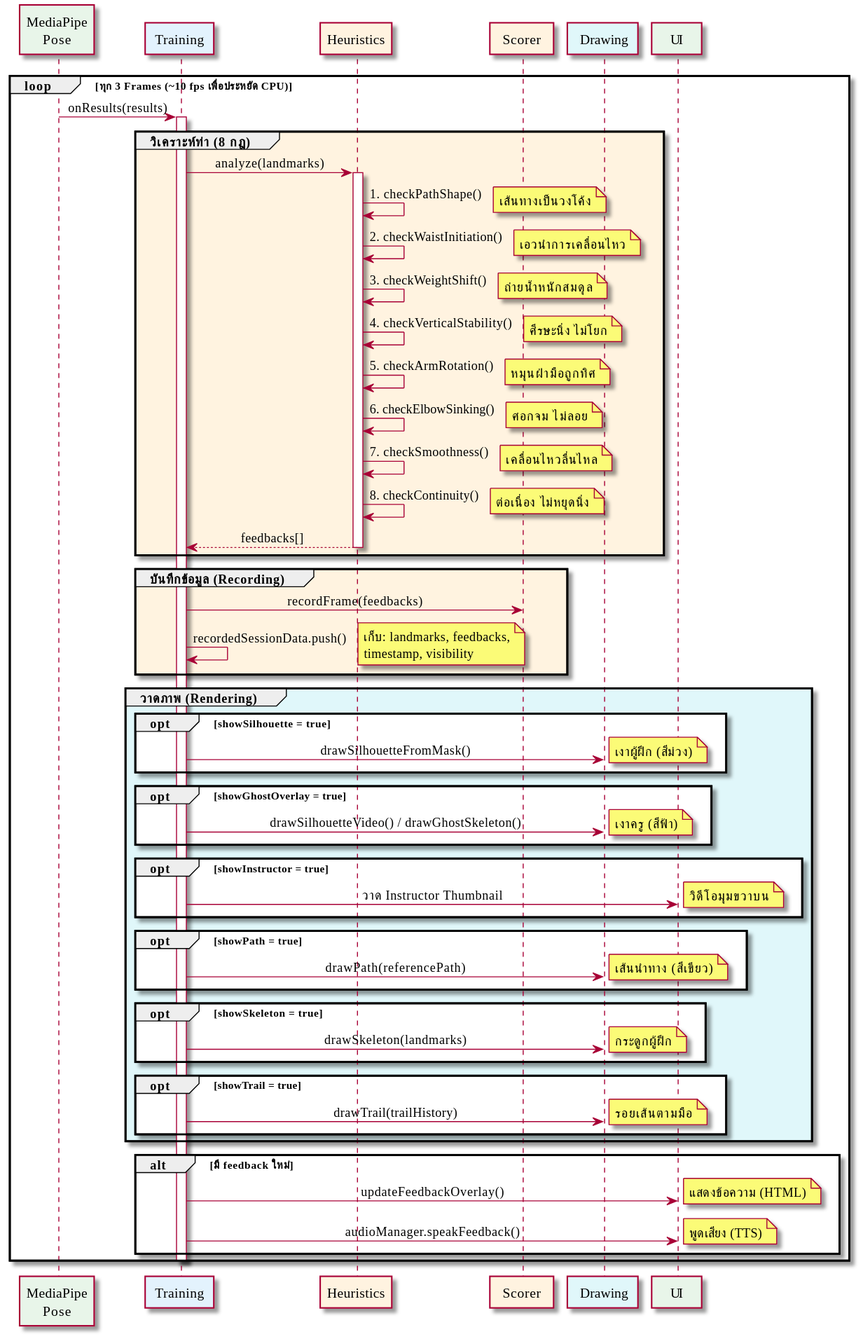
Earlier version of the PlantUML export out/docs/diagrams/SequenceDiagram_RealtimeAnalysis/SequenceDiagram_RealtimeAnalysis.svg (vyut/TaijiFlow). The source it was exported from:
```plantuml
@startuml SequenceDiagram_RealtimeAnalysis

skinparam defaultFontName "Sarabun"
skinparam backgroundColor transparent
skinparam sequenceMessageAlign center

participant "MediaPipe\nPose" as MediaPipe #E8F5E9
participant " Training " as Training #E3F2FD
participant "Heuristics" as Heuristics #FFF3E0
participant "  Scorer  " as Scorer #FFF3E0
participant "  Drawing " as Drawing #E0F7FA
participant "    UI    " as UI #E8F5E9


loop ทุก 3 Frames (~10 fps เพื่อประหยัด CPU)

    MediaPipe -> Training : onResults(results)
    activate Training

    group #FFF3E0 วิเคราะห์ท่า (8 กฎ)
        Training -> Heuristics : analyze(landmarks)
        activate Heuristics

        Heuristics -> Heuristics : 1. checkPathShape()
        note right: เส้นทางเป็นวงโค้ง

        Heuristics -> Heuristics : 2. checkWaistInitiation()
        note right: เอวนำการเคลื่อนไหว

        Heuristics -> Heuristics : 3. checkWeightShift()
        note right: ถ่ายน้ำหนักสมดุล

        Heuristics -> Heuristics : 4. checkVerticalStability()
        note right: ศีรษะนิ่ง ไม่โยก

        Heuristics -> Heuristics : 5. checkArmRotation()
        note right: หมุนฝ่ามือถูกทิศ

        Heuristics -> Heuristics : 6. checkElbowSinking()
        note right: ศอกจม ไม่ลอย

        Heuristics -> Heuristics : 7. checkSmoothness()
        note right: เคลื่อนไหวลื่นไหล

        Heuristics -> Heuristics : 8. checkContinuity()
        note right: ต่อเนื่อง ไม่หยุดนิ่ง

        Heuristics --> Training : feedbacks[]
        deactivate Heuristics
    end

    group #FFF3E0 บันทึกข้อมูล (Recording)
        Training -> Scorer : recordFrame(feedbacks)
        Training -> Training : recordedSessionData.push()
        note right
            เก็บ: landmarks, feedbacks,
            timestamp, visibility
        end note
    end

    group #E0F7FA วาดภาพ (Rendering)
        opt showSilhouette = true
            Training -> Drawing : drawSilhouetteFromMask()
            note right: เงาผู้ฝึก (สีม่วง)
        end

        opt showGhostOverlay = true
            Training -> Drawing : drawSilhouetteVideo() / drawGhostSkeleton()
            note right: เงาครู (สีฟ้า)
        end

        opt showInstructor = true
            Training -> UI : วาด Instructor Thumbnail
            note right: วิดีโอมุมขวาบน
        end

        opt showPath = true
            Training -> Drawing : drawPath(referencePath)
            note right: เส้นนำทาง (สีเขียว)
        end

        opt showSkeleton = true
            Training -> Drawing : drawSkeleton(landmarks)
            note right: กระดูกผู้ฝึก
        end

        opt showTrail = true
            Training -> Drawing : drawTrail(trailHistory)
            note right: รอยเส้นตามมือ
        end
    end

    alt มี feedback ใหม่
        Training -> UI : updateFeedbackOverlay()
        note right: แสดงข้อความ (HTML)
        Training -> UI : audioManager.speakFeedback()
        note right: พูดเสียง (TTS)
    end

    deactivate Training
end

@enduml
```
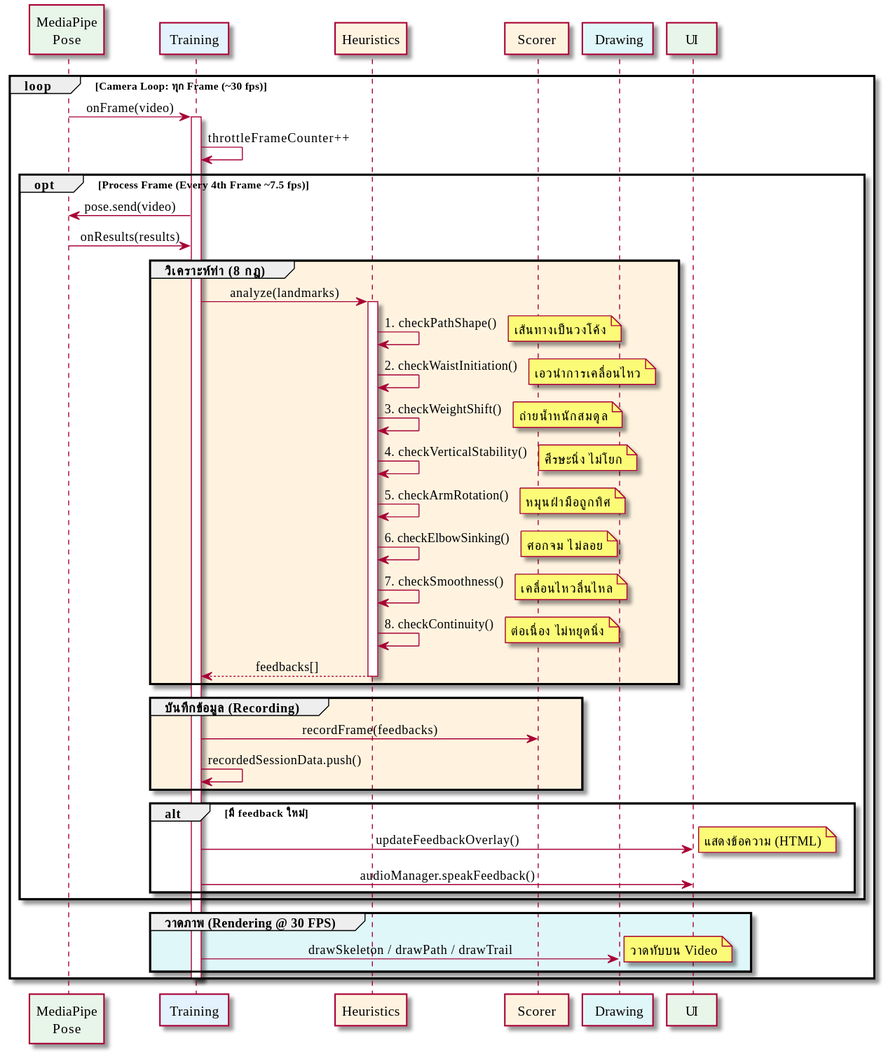
Above is the later version.

Diff of the diagram source:
```diff
@@ -12,89 +12,63 @@
 participant "    UI    " as UI #E8F5E9
 
 
-loop ทุก 3 Frames (~10 fps เพื่อประหยัด CPU)
-
-    MediaPipe -> Training : onResults(results)
+loop Camera Loop: ทุก Frame (~30 fps)
+    MediaPipe -> Training : onFrame(video)
     activate Training
 
-    group #FFF3E0 วิเคราะห์ท่า (8 กฎ)
-        Training -> Heuristics : analyze(landmarks)
-        activate Heuristics
+    Training -> Training : throttleFrameCounter++
 
-        Heuristics -> Heuristics : 1. checkPathShape()
-        note right: เส้นทางเป็นวงโค้ง
+    opt Process Frame (Every 4th Frame ~7.5 fps)
+        Training -> MediaPipe : pose.send(video)
+        MediaPipe -> Training : onResults(results)
 
-        Heuristics -> Heuristics : 2. checkWaistInitiation()
-        note right: เอวนำการเคลื่อนไหว
+        group #FFF3E0 วิเคราะห์ท่า (8 กฎ)
+            Training -> Heuristics : analyze(landmarks)
+            activate Heuristics
 
-        Heuristics -> Heuristics : 3. checkWeightShift()
-        note right: ถ่ายน้ำหนักสมดุล
+            Heuristics -> Heuristics : 1. checkPathShape()
+            note right: เส้นทางเป็นวงโค้ง
 
-        Heuristics -> Heuristics : 4. checkVerticalStability()
-        note right: ศีรษะนิ่ง ไม่โยก
+            Heuristics -> Heuristics : 2. checkWaistInitiation()
+            note right: เอวนำการเคลื่อนไหว
 
-        Heuristics -> Heuristics : 5. checkArmRotation()
-        note right: หมุนฝ่ามือถูกทิศ
+            Heuristics -> Heuristics : 3. checkWeightShift()
+            note right: ถ่ายน้ำหนักสมดุล
 
-        Heuristics -> Heuristics : 6. checkElbowSinking()
-        note right: ศอกจม ไม่ลอย
+            Heuristics -> Heuristics : 4. checkVerticalStability()
+            note right: ศีรษะนิ่ง ไม่โยก
 
-        Heuristics -> Heuristics : 7. checkSmoothness()
-        note right: เคลื่อนไหวลื่นไหล
+            Heuristics -> Heuristics : 5. checkArmRotation()
+            note right: หมุนฝ่ามือถูกทิศ
 
-        Heuristics -> Heuristics : 8. checkContinuity()
-        note right: ต่อเนื่อง ไม่หยุดนิ่ง
+            Heuristics -> Heuristics : 6. checkElbowSinking()
+            note right: ศอกจม ไม่ลอย
 
-        Heuristics --> Training : feedbacks[]
-        deactivate Heuristics
-    end
+            Heuristics -> Heuristics : 7. checkSmoothness()
+            note right: เคลื่อนไหวลื่นไหล
 
-    group #FFF3E0 บันทึกข้อมูล (Recording)
-        Training -> Scorer : recordFrame(feedbacks)
-        Training -> Training : recordedSessionData.push()
-        note right
-            เก็บ: landmarks, feedbacks,
-            timestamp, visibility
-        end note
-    end
+            Heuristics -> Heuristics : 8. checkContinuity()
+            note right: ต่อเนื่อง ไม่หยุดนิ่ง
 
-    group #E0F7FA วาดภาพ (Rendering)
-        opt showSilhouette = true
-            Training -> Drawing : drawSilhouetteFromMask()
-            note right: เงาผู้ฝึก (สีม่วง)
+            Heuristics --> Training : feedbacks[]
+            deactivate Heuristics
         end
 
-        opt showGhostOverlay = true
-            Training -> Drawing : drawSilhouetteVideo() / drawGhostSkeleton()
-            note right: เงาครู (สีฟ้า)
+        group #FFF3E0 บันทึกข้อมูล (Recording)
+            Training -> Scorer : recordFrame(feedbacks)
+            Training -> Training : recordedSessionData.push()
         end
 
-        opt showInstructor = true
-            Training -> UI : วาด Instructor Thumbnail
-            note right: วิดีโอมุมขวาบน
-        end
-
-        opt showPath = true
-            Training -> Drawing : drawPath(referencePath)
-            note right: เส้นนำทาง (สีเขียว)
-        end
-
-        opt showSkeleton = true
-            Training -> Drawing : drawSkeleton(landmarks)
-            note right: กระดูกผู้ฝึก
-        end
-
-        opt showTrail = true
-            Training -> Drawing : drawTrail(trailHistory)
-            note right: รอยเส้นตามมือ
+        alt มี feedback ใหม่
+            Training -> UI : updateFeedbackOverlay()
+            note right: แสดงข้อความ (HTML)
+            Training -> UI : audioManager.speakFeedback()
         end
     end
 
-    alt มี feedback ใหม่
-        Training -> UI : updateFeedbackOverlay()
-        note right: แสดงข้อความ (HTML)
-        Training -> UI : audioManager.speakFeedback()
-        note right: พูดเสียง (TTS)
+    group #E0F7FA วาดภาพ (Rendering @ 30 FPS)
+        Training -> Drawing : drawSkeleton / drawPath / drawTrail
+        note right: วาดทับบน Video
     end
 
     deactivate Training
```
